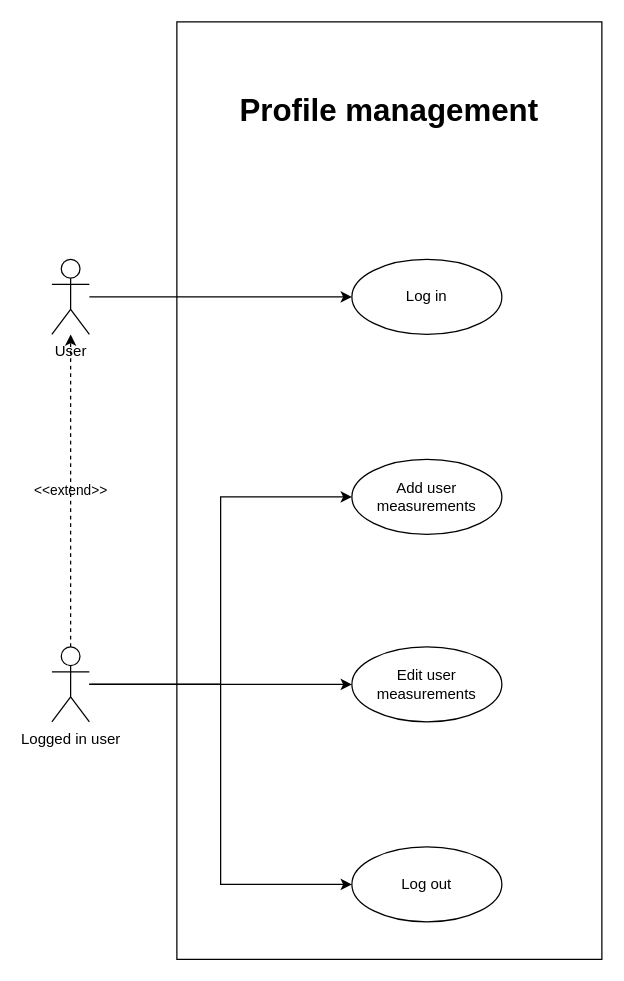
Above: docs/diagrams/UCD-profile-management.drawio in gienon-fer/SeekFit (draw.io), before the change. Source tidied: cells renumbered, new cells numbered last; positions are measured from the earlier drawing's top-left corner, leaving out a move shared by most shapes. Both pictures are drawn from the tidied source at 125%, with x=0, y=0 at pixel (51, 21).
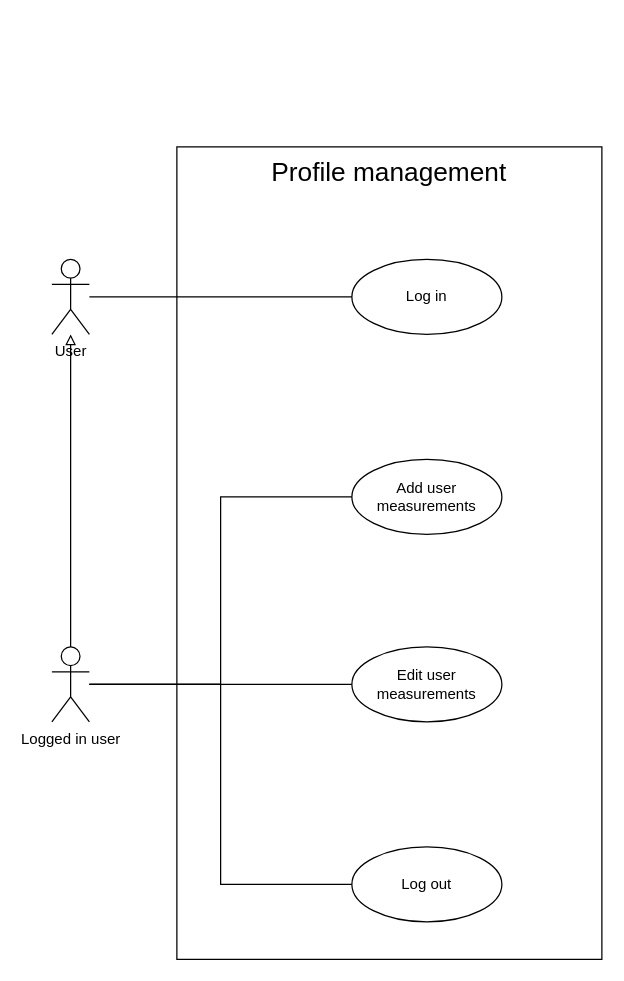
The same diagram, later.

Commit message:
Corrected profile management UCD

Diff of the diagram source:
```diff
@@
 <mxGraphModel>
   <root>
     <mxCell id="0" />
     <mxCell id="1" parent="0" />
+    <mxCell id="13" style="rounded=0;whiteSpace=wrap;html=1;fillColor=none;" parent="1" vertex="1">
+      <mxGeometry x="100" y="100" width="340" height="650" as="geometry" />
+    </mxCell>
-    <mxCell id="2" style="edgeStyle=orthogonalEdgeStyle;rounded=0;jettySize=auto;html=1;" parent="1" edge="1" source="3" target="9">
+    <mxCell id="2" style="edgeStyle=orthogonalEdgeStyle;rounded=0;jettySize=auto;html=1;endArrow=none;endFill=0;" parent="1" edge="1" source="3" target="9">
       <mxGeometry relative="1" as="geometry" />
     </mxCell>
     <mxCell id="3" value="User" style="shape=umlActor;verticalLabelPosition=bottom;verticalAlign=top;html=1;outlineConnect=0;fillColor=none;" parent="1" vertex="1">
       <mxGeometry y="190" width="30" height="60" as="geometry" />
     </mxCell>
-    <mxCell id="4" value="&amp;lt;&amp;lt;extend&amp;gt;&amp;gt;" style="edgeStyle=orthogonalEdgeStyle;rounded=0;jettySize=auto;html=1;dashed=1;labelBackgroundColor=none;" parent="1" edge="1" source="8" target="3">
-      <mxGeometry relative="1" as="geometry" />
-    </mxCell>
-    <mxCell id="5" style="edgeStyle=orthogonalEdgeStyle;rounded=0;jettySize=auto;html=1;entryX=0;entryY=0.5;entryDx=0;entryDy=0;" parent="1" edge="1" source="8" target="10">
+    <mxCell id="5" style="edgeStyle=orthogonalEdgeStyle;rounded=0;jettySize=auto;html=1;entryX=0;entryY=0.5;entryDx=0;entryDy=0;endArrow=none;endFill=0;" parent="1" edge="1" source="8" target="10">
       <mxGeometry relative="1" as="geometry" />
     </mxCell>
-    <mxCell id="6" style="edgeStyle=orthogonalEdgeStyle;rounded=0;jettySize=auto;html=1;entryX=0;entryY=0.5;entryDx=0;entryDy=0;" parent="1" edge="1" source="8" target="12">
+    <mxCell id="6" style="edgeStyle=orthogonalEdgeStyle;rounded=0;jettySize=auto;html=1;entryX=0;entryY=0.5;entryDx=0;entryDy=0;endArrow=none;endFill=0;" parent="1" edge="1" source="8" target="12">
       <mxGeometry relative="1" as="geometry" />
     </mxCell>
-    <mxCell id="7" style="edgeStyle=orthogonalEdgeStyle;rounded=0;jettySize=auto;html=1;entryX=0;entryY=0.5;entryDx=0;entryDy=0;" parent="1" edge="1" source="8" target="11">
+    <mxCell id="7" style="edgeStyle=orthogonalEdgeStyle;rounded=0;jettySize=auto;html=1;entryX=0;entryY=0.5;entryDx=0;entryDy=0;endArrow=none;endFill=0;" parent="1" edge="1" source="8" target="11">
       <mxGeometry relative="1" as="geometry" />
     </mxCell>
     <mxCell id="8" value="Logged in user" style="shape=umlActor;verticalLabelPosition=bottom;verticalAlign=top;html=1;outlineConnect=0;fillColor=none;" parent="1" vertex="1">
       <mxGeometry y="500" width="30" height="60" as="geometry" />
     </mxCell>
     <mxCell id="9" value="Log in" style="ellipse;whiteSpace=wrap;html=1;fillColor=none;" parent="1" vertex="1">
       <mxGeometry x="240" y="190" width="120" height="60" as="geometry" />
     </mxCell>
     <mxCell id="10" value="Log out" style="ellipse;whiteSpace=wrap;html=1;fillColor=none;" parent="1" vertex="1">
       <mxGeometry x="240" y="660" width="120" height="60" as="geometry" />
     </mxCell>
     <mxCell id="11" value="Add user measurements" style="ellipse;whiteSpace=wrap;html=1;fillColor=none;" parent="1" vertex="1">
       <mxGeometry x="240" y="350" width="120" height="60" as="geometry" />
     </mxCell>
     <mxCell id="12" value="Edit user measurements" style="ellipse;whiteSpace=wrap;html=1;fillColor=none;" parent="1" vertex="1">
       <mxGeometry x="240" y="500" width="120" height="60" as="geometry" />
     </mxCell>
-    <mxCell id="13" style="rounded=0;whiteSpace=wrap;html=1;fillColor=none;" parent="1" vertex="1">
-      <mxGeometry x="100" width="340" height="750" as="geometry" />
-    </mxCell>
-    <mxCell id="14" value="&lt;b&gt;&lt;font style=&quot;font-size: 25px;&quot;&gt;Profile management&lt;/font&gt;&lt;/b&gt;" style="text;html=1;align=center;verticalAlign=middle;whiteSpace=wrap;rounded=0;" parent="1" vertex="1">
-      <mxGeometry x="135" y="40" width="270" height="60" as="geometry" />
+    <mxCell id="14" value="&lt;font style=&quot;font-size: 21px;&quot;&gt;Profile management&lt;/font&gt;" style="text;html=1;align=center;verticalAlign=middle;whiteSpace=wrap;rounded=0;" parent="1" vertex="1">
+      <mxGeometry x="135" y="90" width="270" height="60" as="geometry" />
     </mxCell>
+    <mxCell id="4" style="endArrow=block;html=1;exitX=0.5;exitY=0;exitDx=0;exitDy=0;exitPerimeter=0;endFill=0;" parent="1" edge="1" source="8" target="3">
+      <mxGeometry relative="1" as="geometry" />
+    </mxCell>
   </root>
 </mxGraphModel>
```
